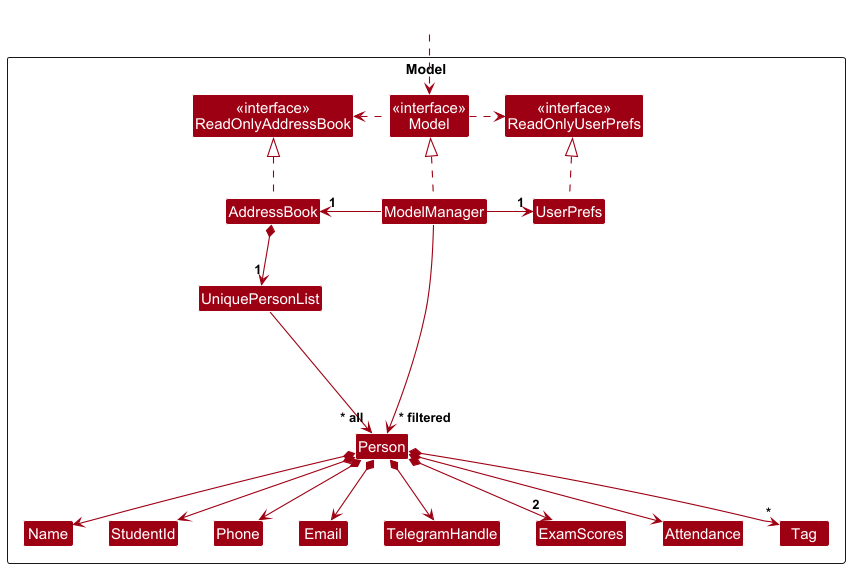
Above: docs/images/ModelClassDiagram.png in yoyongxuan/tp (PlantUML), before the change. The source it was exported from:
```plantuml
@startuml
!include style.puml
skinparam arrowThickness 1.1
skinparam arrowColor MODEL_COLOR
skinparam classBackgroundColor MODEL_COLOR

Package Model as ModelPackage <<Rectangle>>{
Class "<<interface>>\nReadOnlyAddressBook" as ReadOnlyAddressBook
Class "<<interface>>\nReadOnlyUserPrefs" as ReadOnlyUserPrefs
Class "<<interface>>\nModel" as Model
Class AddressBook
Class ModelManager
Class UserPrefs

Class UniquePersonList
Class Person
Class Attendance
Class TelegramHandle
Class StudentId
Class ExamScores
Class Email
Class Name
Class Phone
Class Tag

Class I #FFFFFF
}

Class HiddenOutside #FFFFFF
HiddenOutside ..> Model

AddressBook .up.|> ReadOnlyAddressBook

ModelManager .up.|> Model
Model .right.> ReadOnlyUserPrefs
Model .left.> ReadOnlyAddressBook
ModelManager -left-> "1" AddressBook
ModelManager -right-> "1" UserPrefs
UserPrefs .up.|> ReadOnlyUserPrefs

AddressBook *--> "1" UniquePersonList
UniquePersonList --> "~* all" Person
Person *--> Name
Person *--> StudentId
Person *--> Phone
Person *--> Email
Person *--> TelegramHandle
Person *--> "2" ExamScores
Person *--> Attendance
Person *--> "*" Tag

Person -[hidden]up--> I
UniquePersonList -[hidden]right-> I

Name -[hidden]right-> StudentId
StudentId -[hidden]right-> Phone
Phone -[hidden]right-> Email
Email -[hidden]right-> TelegramHandle
TelegramHandle -[hidden]right-> ExamScores
ExamScores -[hidden]right-> Attendance

ModelManager --> "~* filtered" Person
@enduml
```
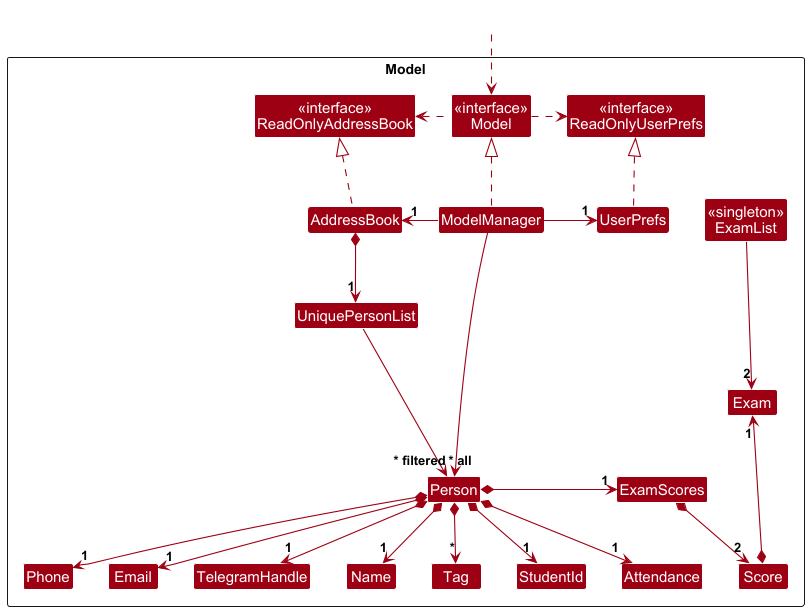
After the commit.

Commit message:
Update UML diagrams to include ExamList

Diff of the diagram source:
```diff
@@ -8,6 +8,7 @@
 Class "<<interface>>\nReadOnlyAddressBook" as ReadOnlyAddressBook
 Class "<<interface>>\nReadOnlyUserPrefs" as ReadOnlyUserPrefs
 Class "<<interface>>\nModel" as Model
+Class "<<singleton>>\nExamList" as ExamList
 Class AddressBook
 Class ModelManager
 Class UserPrefs
@@ -22,6 +23,8 @@
 Class Name
 Class Phone
 Class Tag
+Class Score
+Class Exam
 
 Class I #FFFFFF
 }
@@ -40,14 +43,17 @@
 
 AddressBook *--> "1" UniquePersonList
 UniquePersonList --> "~* all" Person
-Person *--> Name
-Person *--> StudentId
-Person *--> Phone
-Person *--> Email
-Person *--> TelegramHandle
-Person *--> "2" ExamScores
-Person *--> Attendance
+Person *--> "1" Name
+Person *--> "1" StudentId
+Person *--> "1" Phone
+Person *--> "1" Email
+Person *--> "1" TelegramHandle
+Person *--> "1" Attendance
 Person *--> "*" Tag
+Person *-right-> "1" ExamScores
+ExamScores *--> "2" Score
+Score *-up-> "1" Exam
+ExamList  -down-> "2" Exam
 
 Person -[hidden]up--> I
 UniquePersonList -[hidden]right-> I
@@ -56,8 +62,11 @@
 StudentId -[hidden]right-> Phone
 Phone -[hidden]right-> Email
 Email -[hidden]right-> TelegramHandle
-TelegramHandle -[hidden]right-> ExamScores
-ExamScores -[hidden]right-> Attendance
+TelegramHandle -[hidden]right-> Attendance
+Attendance -[hidden]right-> Tag
+UserPrefs -[hidden]right-> ExamList
+
+ExamScores -[hidden]down-> Attendance
 
 ModelManager --> "~* filtered" Person
 @enduml
```
